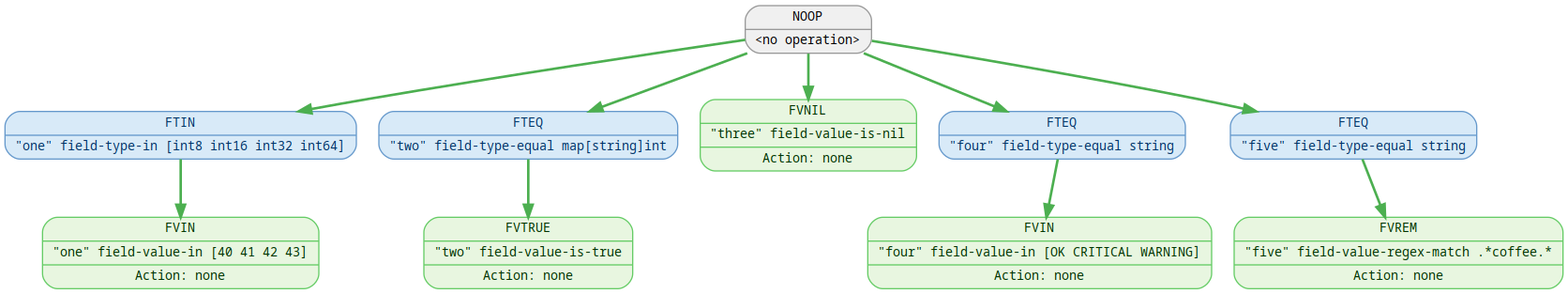
Above: doc/validator/example.png in Asmodai/gohacks (Graphviz), before the change. Its source is kept beside it as doc/validator/example.dot.
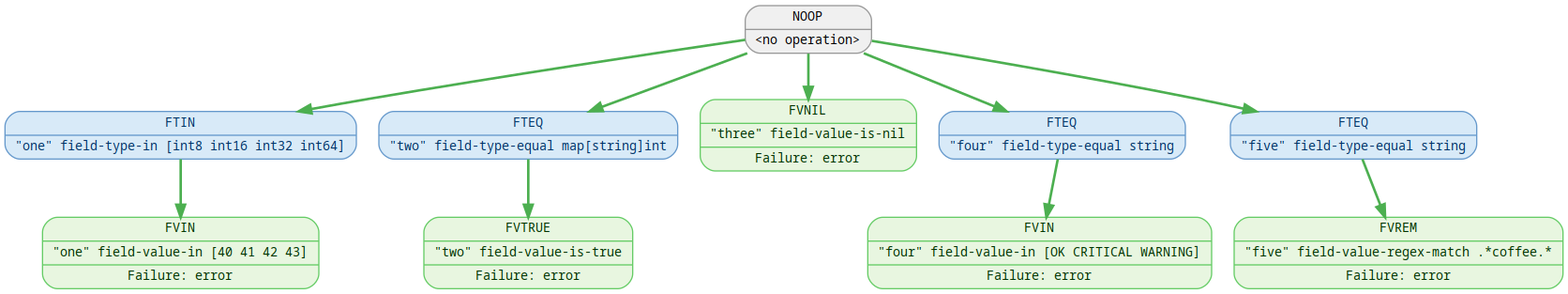
After the commit.

The edit, as a diff of the source:
```diff
@@ -5,21 +5,21 @@
   edge [color="#666666"];
   n0 [label="{<f0> NOOP | <f1> \<no operation\>}" fillcolor="#f0f0f0", fontcolor="#000000", color="#999999"];
   n1 [label="{<f0> FTIN | <f1> \"one\" field-type-in \[int8 int16 int32 int64\]}" fillcolor="#d8eaf8", fontcolor="#003366", color="#6699cc"];
-  n2 [label="{<f0> FVIN | <f1> \"one\" field-value-in \[40 41 42 43\] | <f2> Action: none}" fillcolor="#e8f6e0", fontcolor="#003300", color="#66cc66"];
+  n2 [label="{<f0> FVIN | <f1> \"one\" field-value-in \[40 41 42 43\] | <f3> Failure: error}" fillcolor="#e8f6e0", fontcolor="#003300", color="#66cc66"];
   n1 -> n2 [color="#4CAF50", style=bold];
   n0 -> n1 [color="#4CAF50", style=bold];
   n3 [label="{<f0> FTEQ | <f1> \"two\" field-type-equal map\[string\]int}" fillcolor="#d8eaf8", fontcolor="#003366", color="#6699cc"];
-  n4 [label="{<f0> FVTRUE | <f1> \"two\" field-value-is-true | <f2> Action: none}" fillcolor="#e8f6e0", fontcolor="#003300", color="#66cc66"];
+  n4 [label="{<f0> FVTRUE | <f1> \"two\" field-value-is-true | <f3> Failure: error}" fillcolor="#e8f6e0", fontcolor="#003300", color="#66cc66"];
   n3 -> n4 [color="#4CAF50", style=bold];
   n0 -> n3 [color="#4CAF50", style=bold];
-  n5 [label="{<f0> FVNIL | <f1> \"three\" field-value-is-nil | <f2> Action: none}" fillcolor="#e8f6e0", fontcolor="#003300", color="#66cc66"];
+  n5 [label="{<f0> FVNIL | <f1> \"three\" field-value-is-nil | <f3> Failure: error}" fillcolor="#e8f6e0", fontcolor="#003300", color="#66cc66"];
   n0 -> n5 [color="#4CAF50", style=bold];
   n6 [label="{<f0> FTEQ | <f1> \"four\" field-type-equal string}" fillcolor="#d8eaf8", fontcolor="#003366", color="#6699cc"];
-  n7 [label="{<f0> FVIN | <f1> \"four\" field-value-in \[OK CRITICAL WARNING\] | <f2> Action: none}" fillcolor="#e8f6e0", fontcolor="#003300", color="#66cc66"];
+  n7 [label="{<f0> FVIN | <f1> \"four\" field-value-in \[OK CRITICAL WARNING\] | <f3> Failure: error}" fillcolor="#e8f6e0", fontcolor="#003300", color="#66cc66"];
   n6 -> n7 [color="#4CAF50", style=bold];
   n0 -> n6 [color="#4CAF50", style=bold];
   n8 [label="{<f0> FTEQ | <f1> \"five\" field-type-equal string}" fillcolor="#d8eaf8", fontcolor="#003366", color="#6699cc"];
-  n9 [label="{<f0> FVREM | <f1> \"five\" field-value-regex-match .*coffee.* | <f2> Action: none}" fillcolor="#e8f6e0", fontcolor="#003300", color="#66cc66"];
+  n9 [label="{<f0> FVREM | <f1> \"five\" field-value-regex-match .*coffee.* | <f3> Failure: error}" fillcolor="#e8f6e0", fontcolor="#003300", color="#66cc66"];
   n8 -> n9 [color="#4CAF50", style=bold];
   n0 -> n8 [color="#4CAF50", style=bold];
 }
```
